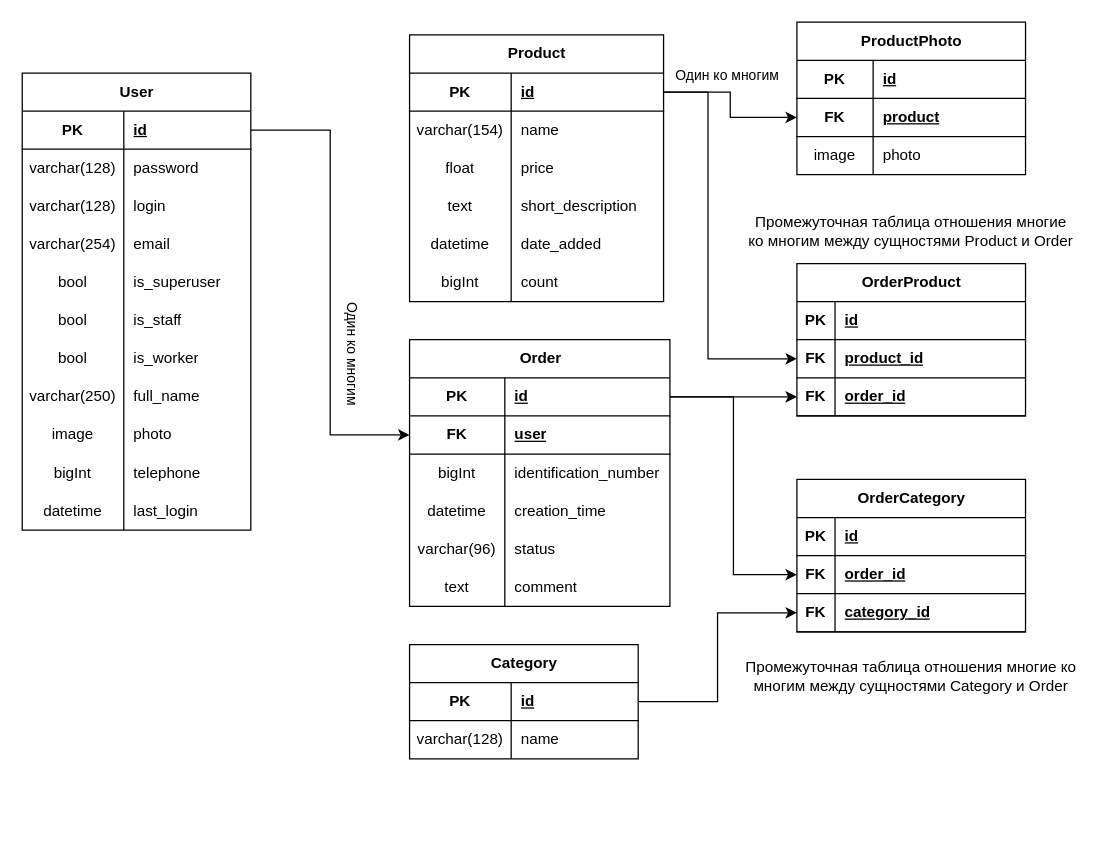
olegmishutin/Nayada keeps this draw.io diagram as server/db_diagram.drawio. Above is the earlier version. Source tidied: cells renumbered, new cells numbered last; positions are measured from the earlier drawing's top-left corner, leaving out a move shared by most shapes. Both pictures are drawn from the tidied source at 127%, with x=0, y=0 at pixel (22, 22).
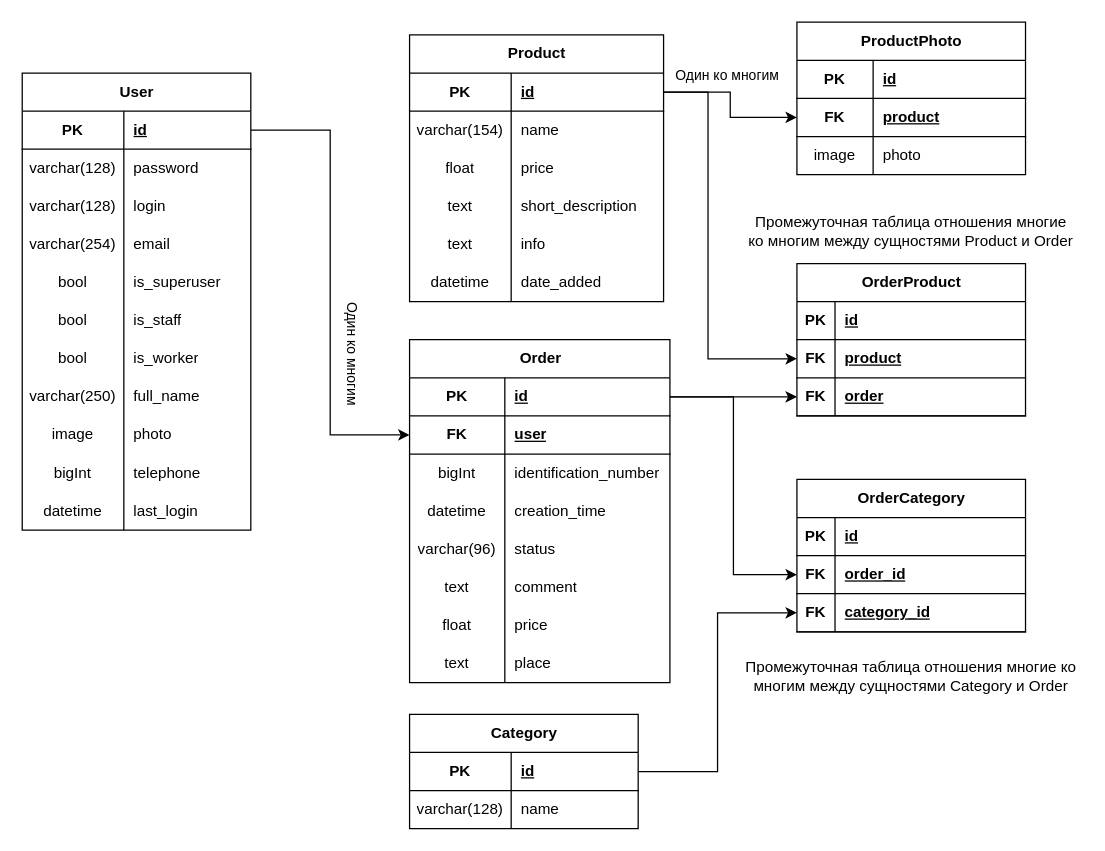
After the change.

Unchanged cells that the change refers to:
```xml
<mxCell id="36" value="Product" style="shape=table;startSize=30;childLayout=tableLayout;rowLines=0;fontStyle=1;align=center;html=1;" parent="1" vertex="1">
  <mxGeometry x="305" y="10" width="200" height="210" as="geometry" />
</mxCell>
<mxCell id="105" style="shape=tableRow;horizontal=0;startSize=0;swimlaneHead=0;swimlaneBody=0;fillColor=none;points=[[0,0.5],[1,0.5]];portConstraint=eastwest;top=0;left=0;right=0;bottom=1;" parent="101" vertex="1">
  <mxGeometry y="60" width="180" height="30" as="geometry" />
</mxCell>
<mxCell id="108" style="shape=tableRow;horizontal=0;startSize=0;swimlaneHead=0;swimlaneBody=0;fillColor=none;points=[[0,0.5],[1,0.5]];portConstraint=eastwest;top=0;left=0;right=0;bottom=1;" parent="101" vertex="1">
  <mxGeometry y="90" width="180" height="30" as="geometry" />
</mxCell>
```

Change to the diagram source:
```diff
@@
+    <mxCell id="121" style="shape=tableRow;horizontal=0;startSize=0;swimlaneHead=0;swimlaneBody=0;fillColor=none;top=0;left=0;right=0;bottom=0;" parent="36" vertex="1">
+      <mxGeometry y="150" width="200" height="30" as="geometry" />
+    </mxCell>
+    <mxCell id="122" value="text" style="shape=partialRectangle;fillColor=none;top=0;left=0;bottom=0;right=0;overflow=hidden;whiteSpace=wrap;html=1;" parent="121" vertex="1">
+      <mxGeometry width="80" height="30" as="geometry" />
+    </mxCell>
+    <mxCell id="123" value="info" style="shape=partialRectangle;fillColor=none;top=0;left=0;bottom=0;right=0;align=left;spacingLeft=6;overflow=hidden;whiteSpace=wrap;html=1;" parent="121" vertex="1">
+      <mxGeometry x="80" width="120" height="30" as="geometry" />
+    </mxCell>
     <mxCell id="49" style="shape=tableRow;horizontal=0;startSize=0;swimlaneHead=0;swimlaneBody=0;fillColor=none;top=0;left=0;right=0;bottom=0;" parent="36" vertex="1">
-      <mxGeometry y="150" width="200" height="30" as="geometry" />
+      <mxGeometry y="180" width="200" height="30" as="geometry" />
     </mxCell>
@@
-    <mxCell id="52" style="shape=tableRow;horizontal=0;startSize=0;swimlaneHead=0;swimlaneBody=0;fillColor=none;top=0;left=0;right=0;bottom=0;" parent="36" vertex="1">
-      <mxGeometry y="180" width="200" height="30" as="geometry" />
-    </mxCell>
-    <mxCell id="53" value="bigInt" style="shape=partialRectangle;fillColor=none;top=0;left=0;bottom=0;right=0;overflow=hidden;whiteSpace=wrap;html=1;" parent="52" vertex="1">
-      <mxGeometry width="80" height="30" as="geometry" />
-    </mxCell>
-    <mxCell id="54" value="count" style="shape=partialRectangle;fillColor=none;top=0;left=0;bottom=0;right=0;align=left;spacingLeft=6;overflow=hidden;whiteSpace=wrap;html=1;" parent="52" vertex="1">
-      <mxGeometry x="80" width="120" height="30" as="geometry" />
-    </mxCell>
@@
     <mxCell id="65" value="Order" style="shape=table;startSize=30;childLayout=tableLayout;rowLines=0;fontStyle=1;align=center;html=1;" parent="1" vertex="1">
-      <mxGeometry x="305" y="250" width="205" height="210" as="geometry" />
+      <mxGeometry x="305" y="250" width="205" height="270" as="geometry" />
     </mxCell>
@@
+    <mxCell id="124" style="shape=tableRow;horizontal=0;startSize=0;swimlaneHead=0;swimlaneBody=0;fillColor=none;top=0;left=0;right=0;bottom=0;" parent="65" vertex="1">
+      <mxGeometry y="210" width="205" height="30" as="geometry" />
+    </mxCell>
+    <mxCell id="125" value="float" style="shape=partialRectangle;fillColor=none;top=0;left=0;bottom=0;right=0;overflow=hidden;whiteSpace=wrap;html=1;" parent="124" vertex="1">
+      <mxGeometry width="75" height="30" as="geometry" />
+    </mxCell>
+    <mxCell id="126" value="price" style="shape=partialRectangle;fillColor=none;top=0;left=0;bottom=0;right=0;align=left;spacingLeft=6;overflow=hidden;whiteSpace=wrap;html=1;" parent="124" vertex="1">
+      <mxGeometry x="75" width="130" height="30" as="geometry" />
+    </mxCell>
+    <mxCell id="127" style="shape=tableRow;horizontal=0;startSize=0;swimlaneHead=0;swimlaneBody=0;fillColor=none;top=0;left=0;right=0;bottom=0;" parent="65" vertex="1">
+      <mxGeometry y="240" width="205" height="30" as="geometry" />
+    </mxCell>
+    <mxCell id="128" value="text" style="shape=partialRectangle;fillColor=none;top=0;left=0;bottom=0;right=0;overflow=hidden;whiteSpace=wrap;html=1;" parent="127" vertex="1">
+      <mxGeometry width="75" height="30" as="geometry" />
+    </mxCell>
+    <mxCell id="129" value="place" style="shape=partialRectangle;fillColor=none;top=0;left=0;bottom=0;right=0;align=left;spacingLeft=6;overflow=hidden;whiteSpace=wrap;html=1;" parent="127" vertex="1">
+      <mxGeometry x="75" width="130" height="30" as="geometry" />
+    </mxCell>
     <mxCell id="84" value="Category" style="shape=table;startSize=30;childLayout=tableLayout;rowLines=0;fontStyle=1;align=center;html=1;" parent="1" vertex="1">
-      <mxGeometry x="305" y="490" width="180" height="90" as="geometry" />
+      <mxGeometry x="305" y="545" width="180" height="90" as="geometry" />
     </mxCell>
@@
-    <mxCell id="107" value="product_id" style="shape=partialRectangle;fillColor=none;top=0;left=0;bottom=0;right=0;align=left;spacingLeft=6;fontStyle=5;overflow=hidden;whiteSpace=wrap;html=1;" parent="105" vertex="1">
+    <mxCell id="107" value="product" style="shape=partialRectangle;fillColor=none;top=0;left=0;bottom=0;right=0;align=left;spacingLeft=6;fontStyle=5;overflow=hidden;whiteSpace=wrap;html=1;" parent="105" vertex="1">
       <mxGeometry x="30" width="150" height="30" as="geometry" />
     </mxCell>
@@
-    <mxCell id="110" value="order_id" style="shape=partialRectangle;fillColor=none;top=0;left=0;bottom=0;right=0;align=left;spacingLeft=6;fontStyle=5;overflow=hidden;whiteSpace=wrap;html=1;" parent="108" vertex="1">
+    <mxCell id="110" value="order" style="shape=partialRectangle;fillColor=none;top=0;left=0;bottom=0;right=0;align=left;spacingLeft=6;fontStyle=5;overflow=hidden;whiteSpace=wrap;html=1;" parent="108" vertex="1">
       <mxGeometry x="30" width="150" height="30" as="geometry" />
     </mxCell>
```
